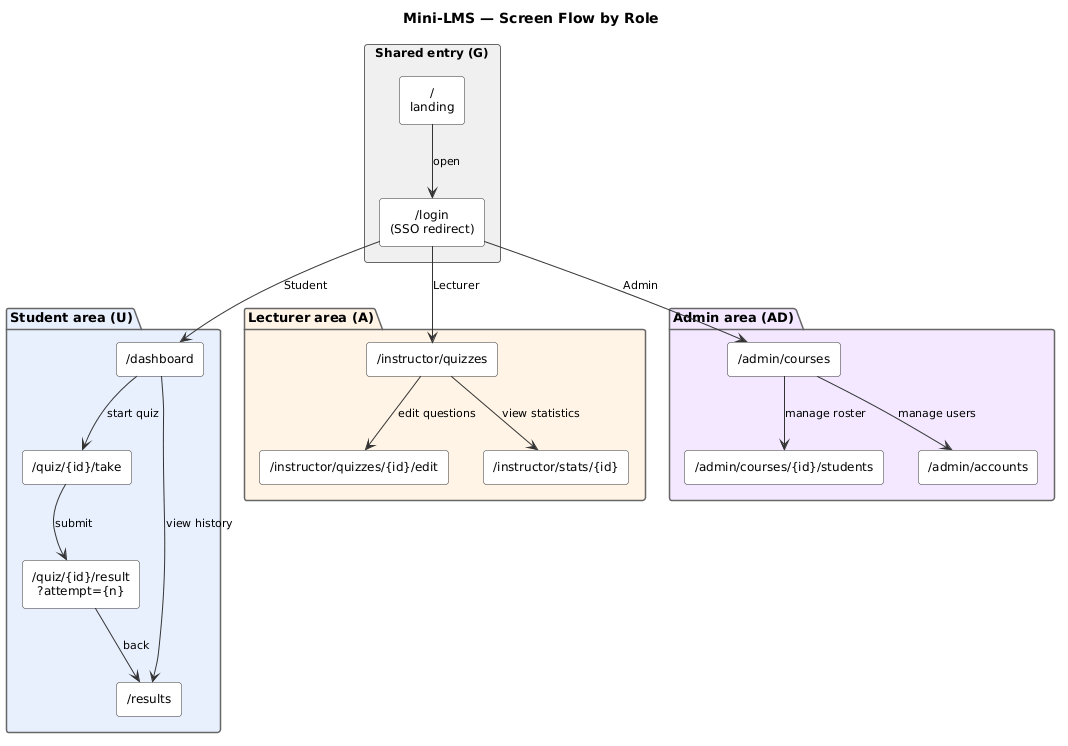
Earlier version of the PlantUML export docs/images/flow.png (SE-FDA-NEU-AI66B/AI66B-G3-D3-Mini-LMS). The source it was exported from:
```plantuml
@startuml
title Mini-LMS — Screen Flow by Role

skinparam rectangle {
  BackgroundColor White
  BorderColor #333333
  FontSize 12
  RoundCorner 6
}
skinparam package {
  BorderColor #666666
  FontSize 13
  FontStyle bold
}
skinparam arrow {
  Color #333333
  FontSize 11
}
skinparam note {
  BackgroundColor #FFFDE7
  BorderColor #B5A642
  FontSize 10
}
skinparam defaultTextAlignment center

rectangle "Shared entry (G)" as shared #F0F0F0 {
  rectangle "/\nlanding" as root
  rectangle "/login\n(SSO redirect)" as login
}

package "Student area (U)" as P_student #E8F0FE {
  rectangle "/dashboard" as dash
  rectangle "/quiz/{id}/take" as take
  rectangle "/quiz/{id}/result\n?attempt={n}" as result
  rectangle "/results" as results
}

package "Lecturer area (A)" as P_lecturer #FFF4E5 {
  rectangle "/instructor/quizzes" as ins_q
  rectangle "/instructor/quizzes/{id}/edit" as ins_edit
  rectangle "/instructor/stats/{id}" as ins_stats
}

package "Admin area (AD)" as P_admin #F3E8FF {
  rectangle "/admin/courses" as ad_courses
  rectangle "/admin/courses/{id}/students" as ad_students
  rectangle "/admin/accounts" as ad_accounts
}

root --> login : open

login --> dash :  Student
login --> ins_q :  Lecturer
login --> ad_courses :  Admin

dash --> take : start quiz
take --> result : submit
dash --> results : view history
result --> results : back

ins_q --> ins_edit : edit questions
ins_q --> ins_stats : view statistics

ad_courses --> ad_students : manage roster
ad_courses --> ad_accounts : manage users
@enduml
```
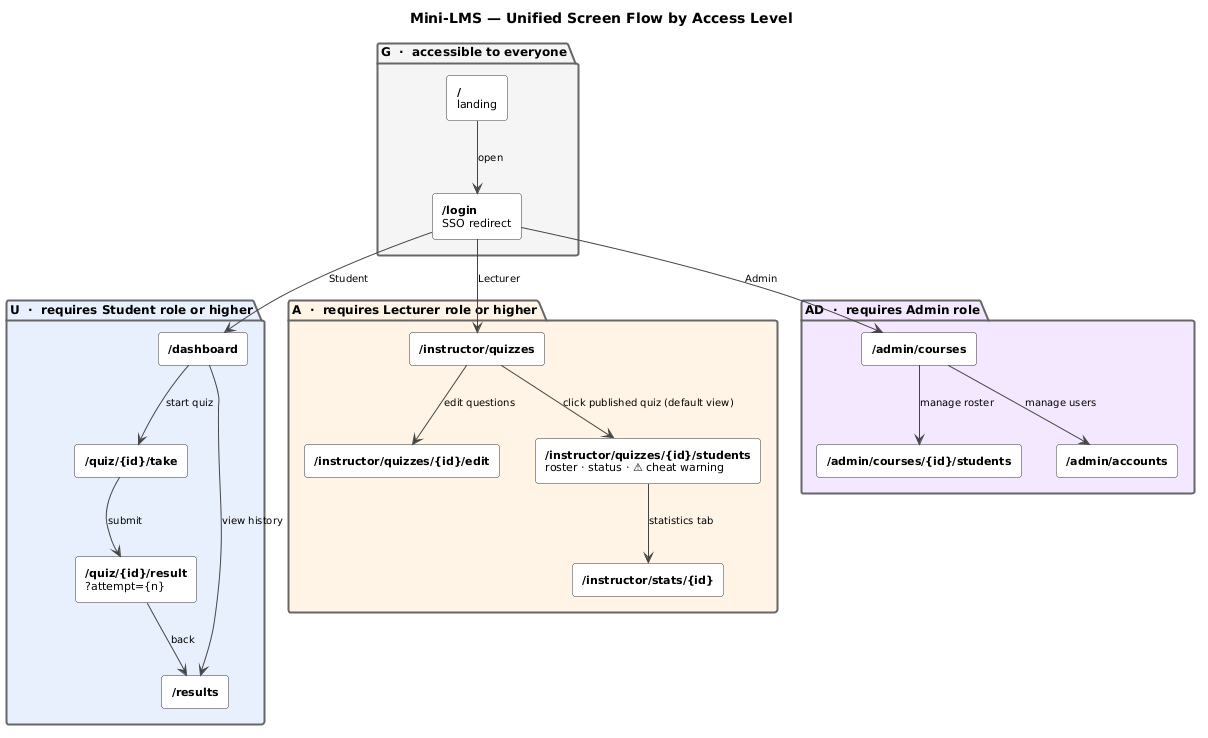
Above is the later version.

Commit message:
docs: anti-cheat BR update and clarify BR8

Refs #30

Change to the diagram source:
```diff
@@ -1,65 +1,70 @@
 @startuml
-title Mini-LMS — Screen Flow by Role
+title Mini-LMS — Unified Screen Flow by Access Level
+top to bottom direction
 
 skinparam rectangle {
   BackgroundColor White
   BorderColor #333333
-  FontSize 12
+  FontSize 11
   RoundCorner 6
 }
 skinparam package {
   BorderColor #666666
-  FontSize 13
+  BorderThickness 2
+  FontSize 12
   FontStyle bold
+  BackgroundColor transparent
 }
 skinparam arrow {
-  Color #333333
-  FontSize 11
+  Color #444444
+  FontSize 10
 }
 skinparam note {
   BackgroundColor #FFFDE7
   BorderColor #B5A642
   FontSize 10
 }
-skinparam defaultTextAlignment center
 
-rectangle "Shared entry (G)" as shared #F0F0F0 {
-  rectangle "/\nlanding" as root
-  rectangle "/login\n(SSO redirect)" as login
+package "G  ·  accessible to everyone" as PG #F5F5F5 {
+  rectangle "**/**\nlanding" as root
+  rectangle "**/login**\nSSO redirect" as login
 }
 
-package "Student area (U)" as P_student #E8F0FE {
-  rectangle "/dashboard" as dash
-  rectangle "/quiz/{id}/take" as take
-  rectangle "/quiz/{id}/result\n?attempt={n}" as result
-  rectangle "/results" as results
+package "U  ·  requires Student role or higher" as PU #E8F0FE {
+  rectangle "**/dashboard**" as dash
+  rectangle "**/quiz/{id}/take**" as take
+  rectangle "**/quiz/{id}/result**\n?attempt={n}" as result
+  rectangle "**/results**" as results
 }
 
-package "Lecturer area (A)" as P_lecturer #FFF4E5 {
-  rectangle "/instructor/quizzes" as ins_q
-  rectangle "/instructor/quizzes/{id}/edit" as ins_edit
-  rectangle "/instructor/stats/{id}" as ins_stats
+package "A  ·  requires Lecturer role or higher" as PA #FFF4E5 {
+  rectangle "**/instructor/quizzes**" as ins_q
+  rectangle "**/instructor/quizzes/{id}/edit**" as ins_edit
+  rectangle "**/instructor/quizzes/{id}/students**\nroster · status · ⚠ cheat warning" as ins_monitor
+  rectangle "**/instructor/stats/{id}**" as ins_stats
 }
 
-package "Admin area (AD)" as P_admin #F3E8FF {
-  rectangle "/admin/courses" as ad_courses
-  rectangle "/admin/courses/{id}/students" as ad_students
-  rectangle "/admin/accounts" as ad_accounts
+package "AD  ·  requires Admin role" as PAD #F3E8FF {
+  rectangle "**/admin/courses**" as ad_courses
+  rectangle "**/admin/courses/{id}/students**" as ad_students
+  rectangle "**/admin/accounts**" as ad_accounts
 }
+
 
 root --> login : open
 
-login --> dash :  Student
-login --> ins_q :  Lecturer
-login --> ad_courses :  Admin
+login --> dash      : Student
+login --> ins_q     : Lecturer
+login --> ad_courses: Admin
 
-dash --> take : start quiz
+dash --> take   : start quiz
 take --> result : submit
-dash --> results : view history
+dash --> results: view history
 result --> results : back
 
-ins_q --> ins_edit : edit questions
-ins_q --> ins_stats : view statistics
+ins_q --> ins_edit    : edit questions
+ins_q --> ins_monitor : click published quiz (default view)
+ins_monitor --> ins_stats : statistics tab
 
 ad_courses --> ad_students : manage roster
 ad_courses --> ad_accounts : manage users
```
